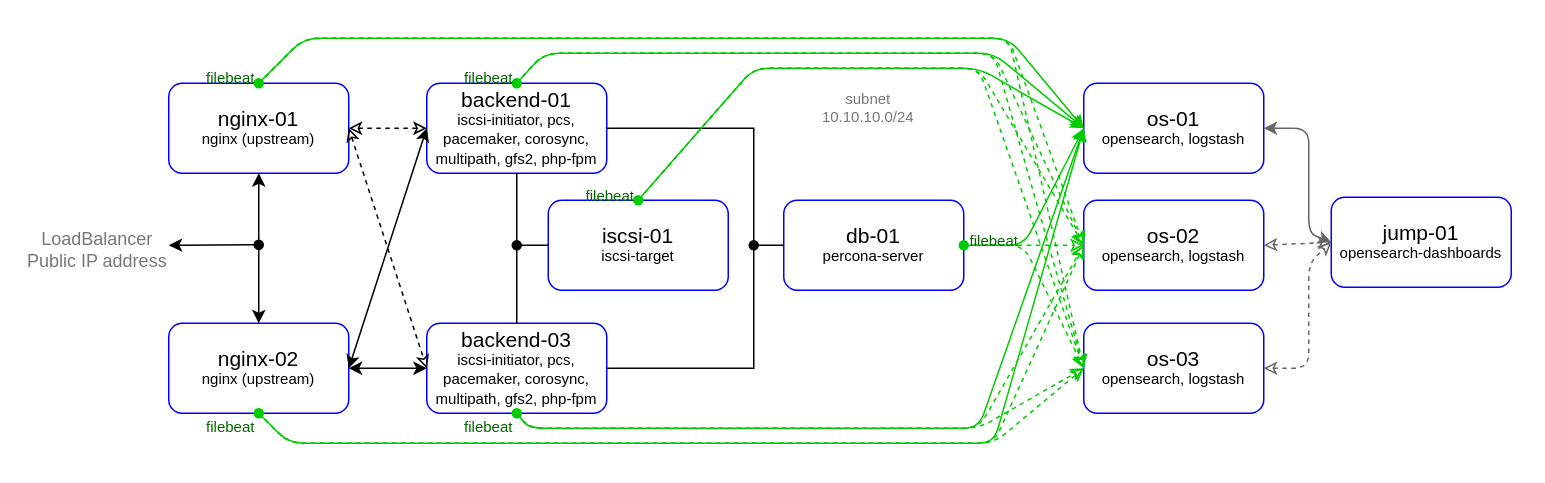
The draw.io diagram pics/infra.drawio in SergSha/lab-08, before the edit. Source tidied: cells renumbered, new cells numbered last; positions are measured from the earlier drawing's top-left corner, leaving out a move shared by most shapes. Both pictures are drawn from the tidied source at 150%, with x=0, y=0 at pixel (96, 38).
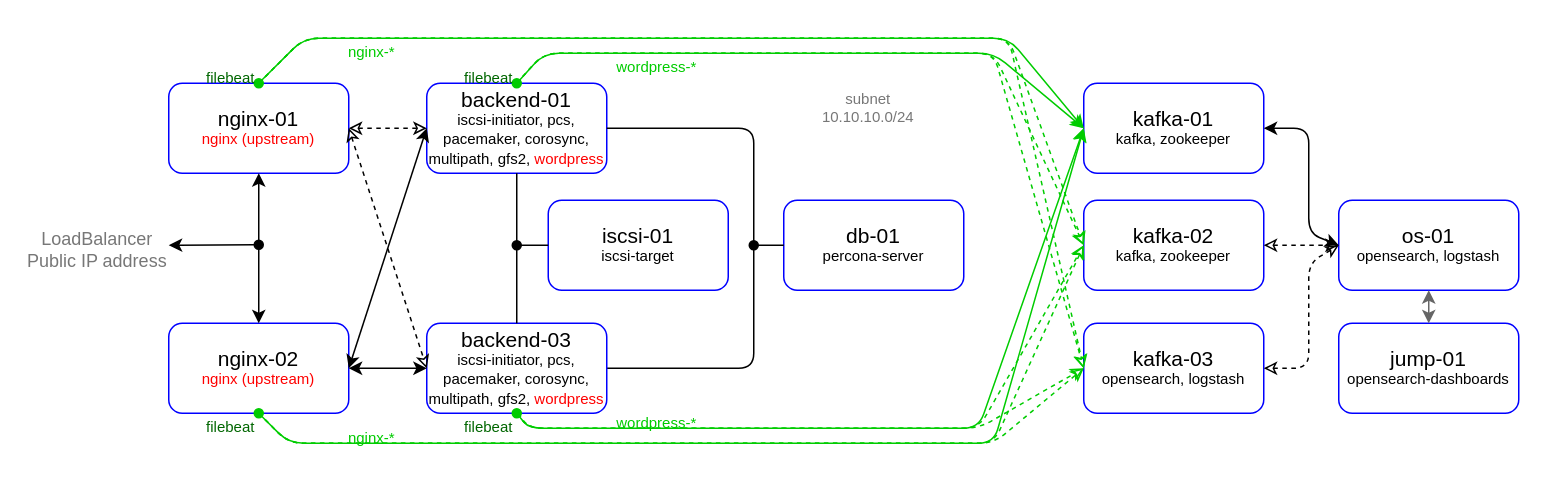
The same page after the edit.

The change refers to these unchanged cells:
```xml
<mxCell id="2" value="&lt;p style=&quot;line-height: 100%&quot;&gt;&lt;font&gt;&lt;span style=&quot;font-size: 14px&quot;&gt;db-01&lt;br&gt;&lt;/span&gt;&lt;/font&gt;&lt;span style=&quot;font-size: 10px&quot;&gt;percona-server&lt;/span&gt;&lt;br&gt;&lt;/p&gt;" style="rounded=1;whiteSpace=wrap;html=1;strokeColor=#0000FF;" parent="1" vertex="1">
  <mxGeometry x="458" y="108" width="120" height="60" as="geometry" />
</mxCell>
<mxCell id="17" value="&lt;p style=&quot;line-height: 100%&quot;&gt;&lt;span style=&quot;font-size: 14px&quot;&gt;iscsi-01&lt;/span&gt;&lt;br&gt;&lt;span style=&quot;font-size: 10px&quot;&gt;iscsi-target&lt;/span&gt;&lt;br&gt;&lt;/p&gt;" style="rounded=1;whiteSpace=wrap;html=1;strokeColor=#0000FF;" parent="1" vertex="1">
  <mxGeometry x="301" y="108" width="120" height="60" as="geometry" />
</mxCell>
```

What changed in the source:
```diff
@@
-    <mxCell id="3" value="&lt;p style=&quot;line-height: 100%&quot;&gt;&lt;span style=&quot;font-size: 14px&quot;&gt;backend-01&lt;/span&gt;&lt;br&gt;&lt;span style=&quot;font-size: 10px&quot;&gt;iscsi-initiator, pcs, pacemaker, corosync, multipath, gfs2, php-fpm&lt;/span&gt;&lt;br&gt;&lt;/p&gt;" style="rounded=1;whiteSpace=wrap;html=1;strokeColor=#0000FF;" parent="1" vertex="1">
+    <mxCell id="3" value="&lt;p style=&quot;line-height: 100%&quot;&gt;&lt;span style=&quot;font-size: 14px&quot;&gt;backend-01&lt;/span&gt;&lt;br&gt;&lt;span style=&quot;font-size: 10px&quot;&gt;iscsi-initiator, pcs, pacemaker, corosync, multipath, gfs2, &lt;font color=&quot;#ff0000&quot;&gt;wordpress&lt;/font&gt;&lt;/span&gt;&lt;br&gt;&lt;/p&gt;" style="rounded=1;whiteSpace=wrap;html=1;strokeColor=#0000FF;" parent="1" vertex="1">
       <mxGeometry x="220" y="30" width="120" height="60" as="geometry" />
     </mxCell>
-    <mxCell id="4" value="&lt;p style=&quot;line-height: 100%&quot;&gt;&lt;span style=&quot;font-size: 14px&quot;&gt;nginx-01&lt;/span&gt;&lt;br&gt;&lt;span style=&quot;font-size: 10px&quot;&gt;nginx (upstream)&lt;/span&gt;&lt;br&gt;&lt;/p&gt;" style="rounded=1;whiteSpace=wrap;html=1;strokeColor=#0000FF;" parent="1" vertex="1">
+    <mxCell id="4" value="&lt;p style=&quot;line-height: 100%&quot;&gt;&lt;span style=&quot;font-size: 14px&quot;&gt;nginx-01&lt;/span&gt;&lt;br&gt;&lt;span style=&quot;font-size: 10px&quot;&gt;&lt;font color=&quot;#ff0000&quot;&gt;nginx (upstream)&lt;/font&gt;&lt;/span&gt;&lt;br&gt;&lt;/p&gt;" style="rounded=1;whiteSpace=wrap;html=1;strokeColor=#0000FF;" parent="1" vertex="1">
       <mxGeometry x="48" y="30" width="120" height="60" as="geometry" />
     </mxCell>
@@
-    <mxCell id="6" style="endArrow=none;html=1;rounded=0;exitX=1;exitY=0.5;exitDx=0;exitDy=0;" parent="1" edge="1" source="8">
+    <mxCell id="6" style="endArrow=none;html=1;rounded=1;exitX=1;exitY=0.5;exitDx=0;exitDy=0;" parent="1" edge="1" source="8">
       <mxGeometry relative="1" as="geometry">
         <mxPoint x="438" y="140" as="targetPoint" />
         <Array as="points">
           <mxPoint x="438" y="220" />
         </Array>
       </mxGeometry>
     </mxCell>
-    <mxCell id="7" style="endArrow=none;html=1;rounded=0;entryX=1;entryY=0.5;entryDx=0;entryDy=0;" parent="1" edge="1" target="3">
+    <mxCell id="7" style="endArrow=none;html=1;rounded=1;entryX=1;entryY=0.5;entryDx=0;entryDy=0;" parent="1" edge="1" target="3">
       <mxGeometry relative="1" as="geometry">
         <mxPoint x="438" y="140" as="sourcePoint" />
         <Array as="points">
           <mxPoint x="438" y="60" />
         </Array>
       </mxGeometry>
     </mxCell>
-    <mxCell id="8" value="&lt;p style=&quot;line-height: 100%&quot;&gt;&lt;span style=&quot;font-size: 14px&quot;&gt;backend-03&lt;/span&gt;&lt;br&gt;&lt;span style=&quot;font-size: 10px&quot;&gt;iscsi-initiator, pcs, pacemaker, corosync, multipath, gfs2, php-fpm&lt;/span&gt;&lt;br&gt;&lt;/p&gt;" style="rounded=1;whiteSpace=wrap;html=1;strokeColor=#0000FF;" parent="1" vertex="1">
+    <mxCell id="8" value="&lt;p style=&quot;line-height: 100%&quot;&gt;&lt;span style=&quot;font-size: 14px&quot;&gt;backend-03&lt;/span&gt;&lt;br&gt;&lt;span style=&quot;font-size: 10px&quot;&gt;iscsi-initiator, pcs, pacemaker, corosync, multipath, gfs2, &lt;font color=&quot;#ff0000&quot;&gt;wordpress&lt;/font&gt;&lt;/span&gt;&lt;br&gt;&lt;/p&gt;" style="rounded=1;whiteSpace=wrap;html=1;strokeColor=#0000FF;" parent="1" vertex="1">
       <mxGeometry x="220" y="190" width="120" height="60" as="geometry" />
     </mxCell>
@@
-    <mxCell id="10" value="&lt;p style=&quot;line-height: 100%&quot;&gt;&lt;span style=&quot;font-size: 14px&quot;&gt;nginx-02&lt;/span&gt;&lt;br&gt;&lt;span style=&quot;font-size: 10px&quot;&gt;nginx (upstream)&lt;/span&gt;&lt;br&gt;&lt;/p&gt;" style="rounded=1;whiteSpace=wrap;html=1;strokeColor=#0000FF;" parent="1" vertex="1">
+    <mxCell id="10" value="&lt;p style=&quot;line-height: 100%&quot;&gt;&lt;span style=&quot;font-size: 14px&quot;&gt;nginx-02&lt;/span&gt;&lt;br&gt;&lt;span style=&quot;font-size: 10px&quot;&gt;&lt;font color=&quot;#ff0000&quot;&gt;nginx (upstream)&lt;/font&gt;&lt;/span&gt;&lt;br&gt;&lt;/p&gt;" style="rounded=1;whiteSpace=wrap;html=1;strokeColor=#0000FF;" parent="1" vertex="1">
       <mxGeometry x="48" y="190" width="120" height="60" as="geometry" />
     </mxCell>
@@
-    <mxCell id="21" value="&lt;p style=&quot;line-height: 100%&quot;&gt;&lt;font&gt;&lt;span style=&quot;font-size: 14px&quot;&gt;os-02&lt;br&gt;&lt;/span&gt;&lt;/font&gt;&lt;span style=&quot;font-size: 10px&quot;&gt;opensearch, logstash&lt;/span&gt;&lt;/p&gt;" style="rounded=1;whiteSpace=wrap;html=1;strokeColor=#0000FF;" parent="1" vertex="1">
+    <mxCell id="21" value="&lt;p style=&quot;line-height: 100%&quot;&gt;&lt;font&gt;&lt;span style=&quot;font-size: 14px&quot;&gt;kafka-02&lt;br&gt;&lt;/span&gt;&lt;/font&gt;&lt;span style=&quot;font-size: 10px&quot;&gt;kafka, zookeeper&lt;/span&gt;&lt;/p&gt;" style="rounded=1;whiteSpace=wrap;html=1;strokeColor=#0000FF;" parent="1" vertex="1">
       <mxGeometry x="658" y="108" width="120" height="60" as="geometry" />
     </mxCell>
-    <mxCell id="22" value="&lt;p style=&quot;line-height: 100%&quot;&gt;&lt;font&gt;&lt;span style=&quot;font-size: 14px&quot;&gt;os-01&lt;br&gt;&lt;/span&gt;&lt;/font&gt;&lt;span style=&quot;font-size: 10px&quot;&gt;opensearch, logstash&lt;/span&gt;&lt;/p&gt;" style="rounded=1;whiteSpace=wrap;html=1;strokeColor=#0000FF;" parent="1" vertex="1">
+    <mxCell id="22" value="&lt;p style=&quot;line-height: 100%&quot;&gt;&lt;font&gt;&lt;span style=&quot;font-size: 14px&quot;&gt;kafka-01&lt;br&gt;&lt;/span&gt;&lt;/font&gt;&lt;span style=&quot;font-size: 10px&quot;&gt;kafka, zookeeper&lt;/span&gt;&lt;/p&gt;" style="rounded=1;whiteSpace=wrap;html=1;strokeColor=#0000FF;" parent="1" vertex="1">
       <mxGeometry x="658" y="30" width="120" height="60" as="geometry" />
     </mxCell>
-    <mxCell id="23" value="&lt;p style=&quot;line-height: 100%&quot;&gt;&lt;font&gt;&lt;span style=&quot;font-size: 14px&quot;&gt;os-03&lt;br&gt;&lt;/span&gt;&lt;/font&gt;&lt;span style=&quot;font-size: 10px&quot;&gt;opensearch, logstash&lt;/span&gt;&lt;/p&gt;" style="rounded=1;whiteSpace=wrap;html=1;strokeColor=#0000FF;" parent="1" vertex="1">
+    <mxCell id="23" value="&lt;p style=&quot;line-height: 100%&quot;&gt;&lt;font&gt;&lt;span style=&quot;font-size: 14px&quot;&gt;kafka-03&lt;br&gt;&lt;/span&gt;&lt;/font&gt;&lt;span style=&quot;font-size: 10px&quot;&gt;opensearch, logstash&lt;/span&gt;&lt;/p&gt;" style="rounded=1;whiteSpace=wrap;html=1;strokeColor=#0000FF;" parent="1" vertex="1">
       <mxGeometry x="658" y="190" width="120" height="60" as="geometry" />
     </mxCell>
@@
-    <mxCell id="28" style="endArrow=classic;html=1;entryX=0;entryY=0.5;entryDx=0;entryDy=0;strokeColor=#00CC00;exitX=1;exitY=0.5;exitDx=0;exitDy=0;startArrow=oval;startFill=1;" parent="1" edge="1" source="2" target="22">
-      <mxGeometry relative="1" as="geometry">
-        <Array as="points">
-          <mxPoint x="618" y="138" />
-        </Array>
-      </mxGeometry>
-    </mxCell>
-    <mxCell id="29" style="endArrow=classic;html=1;exitX=0.5;exitY=0;exitDx=0;exitDy=0;strokeColor=#00CC00;entryX=0;entryY=0.5;entryDx=0;entryDy=0;startArrow=oval;startFill=1;" parent="1" edge="1" source="17" target="22">
-      <mxGeometry relative="1" as="geometry">
-        <Array as="points">
-          <mxPoint x="438" y="20" />
-          <mxPoint x="588" y="20" />
-        </Array>
-      </mxGeometry>
-    </mxCell>
@@
-    <mxCell id="34" style="endArrow=classic;html=1;exitX=0.5;exitY=0;exitDx=0;exitDy=0;strokeColor=#00CC00;dashed=1;endFill=0;entryX=0;entryY=0.5;entryDx=0;entryDy=0;" parent="1" edge="1" target="21">
-      <mxGeometry relative="1" as="geometry">
-        <mxPoint x="361" y="108" as="sourcePoint" />
-        <Array as="points">
-          <mxPoint x="438" y="20" />
-          <mxPoint x="588" y="20" />
-        </Array>
-      </mxGeometry>
-    </mxCell>
-    <mxCell id="35" style="endArrow=classic;html=1;exitX=0.5;exitY=0;exitDx=0;exitDy=0;strokeColor=#00CC00;dashed=1;endFill=0;entryX=0;entryY=0.5;entryDx=0;entryDy=0;" parent="1" edge="1" target="23">
-      <mxGeometry relative="1" as="geometry">
-        <mxPoint x="361" y="108" as="sourcePoint" />
-        <Array as="points">
-          <mxPoint x="438" y="20" />
-          <mxPoint x="588" y="20" />
-        </Array>
-      </mxGeometry>
-    </mxCell>
-    <mxCell id="36" style="endArrow=classic;html=1;strokeColor=#00CC00;exitX=1;exitY=0.5;exitDx=0;exitDy=0;dashed=1;endFill=0;entryX=0;entryY=0.5;entryDx=0;entryDy=0;" parent="1" edge="1" target="21">
-      <mxGeometry relative="1" as="geometry">
-        <mxPoint x="578" y="138" as="sourcePoint" />
-        <Array as="points">
-          <mxPoint x="618" y="138" />
-        </Array>
-      </mxGeometry>
-    </mxCell>
-    <mxCell id="37" style="endArrow=classic;html=1;strokeColor=#00CC00;exitX=1;exitY=0.5;exitDx=0;exitDy=0;dashed=1;endFill=0;entryX=0;entryY=0.5;entryDx=0;entryDy=0;" parent="1" edge="1" target="23">
-      <mxGeometry relative="1" as="geometry">
-        <mxPoint x="578" y="138" as="sourcePoint" />
-        <Array as="points">
-          <mxPoint x="618" y="138" />
-        </Array>
-      </mxGeometry>
-    </mxCell>
@@
-    <mxCell id="44" value="&lt;span style=&quot;font-size: 10px&quot;&gt;&lt;font color=&quot;#006600&quot;&gt;filebeat&lt;/font&gt;&lt;/span&gt;" style="edgeLabel;html=1;align=center;verticalAlign=middle;fontSize=8;fontColor=#777777;labelBackgroundColor=none;" parent="1" vertex="1">
-      <mxGeometry x="347" y="106" as="geometry">
-        <mxPoint x="-6" y="-2" as="offset" />
-      </mxGeometry>
-    </mxCell>
@@
-    <mxCell id="47" value="&lt;span style=&quot;font-size: 10px&quot;&gt;&lt;font color=&quot;#006600&quot;&gt;filebeat&lt;/font&gt;&lt;/span&gt;" style="edgeLabel;html=1;align=center;verticalAlign=middle;fontSize=8;fontColor=#777777;labelBackgroundColor=none;" parent="1" vertex="1">
-      <mxGeometry x="603" y="136" as="geometry">
-        <mxPoint x="-6" y="-2" as="offset" />
-      </mxGeometry>
-    </mxCell>
-    <mxCell id="48" value="&lt;p style=&quot;line-height: 100%&quot;&gt;&lt;font&gt;&lt;span style=&quot;font-size: 14px&quot;&gt;jump-01&lt;br&gt;&lt;/span&gt;&lt;/font&gt;&lt;span style=&quot;font-size: 10px&quot;&gt;opensearch-dashboards&lt;/span&gt;&lt;/p&gt;" style="rounded=1;whiteSpace=wrap;html=1;strokeColor=#0000FF;" parent="1" vertex="1">
-      <mxGeometry x="823" y="106" width="120" height="60" as="geometry" />
+    <mxCell id="48" value="&lt;p style=&quot;line-height: 100%&quot;&gt;&lt;font&gt;&lt;span style=&quot;font-size: 14px&quot;&gt;os-01&lt;br&gt;&lt;/span&gt;&lt;/font&gt;&lt;span style=&quot;font-size: 10px&quot;&gt;opensearch, logstash&lt;/span&gt;&lt;/p&gt;" style="rounded=1;whiteSpace=wrap;html=1;strokeColor=#0000FF;" parent="1" vertex="1">
+      <mxGeometry x="828" y="108" width="120" height="60" as="geometry" />
     </mxCell>
-    <mxCell id="49" style="endArrow=classic;startArrow=classic;html=1;exitX=1;exitY=0.5;exitDx=0;exitDy=0;entryX=0;entryY=0.5;entryDx=0;entryDy=0;strokeColor=#666666;" parent="1" edge="1" source="22" target="48">
+    <mxCell id="49" style="endArrow=classic;startArrow=classic;html=1;exitX=1;exitY=0.5;exitDx=0;exitDy=0;entryX=0;entryY=0.5;entryDx=0;entryDy=0;" parent="1" edge="1" source="22" target="48">
       <mxGeometry relative="1" as="geometry">
         <Array as="points">
           <mxPoint x="808" y="60" />
           <mxPoint x="808" y="130" />
         </Array>
       </mxGeometry>
     </mxCell>
-    <mxCell id="50" style="endArrow=classic;startArrow=classic;html=1;exitX=1;exitY=0.5;exitDx=0;exitDy=0;entryX=0;entryY=0.5;entryDx=0;entryDy=0;strokeColor=#666666;dashed=1;endFill=0;startFill=0;" parent="1" edge="1" source="21" target="48">
+    <mxCell id="50" style="endArrow=classic;startArrow=classic;html=1;exitX=1;exitY=0.5;exitDx=0;exitDy=0;entryX=0;entryY=0.5;entryDx=0;entryDy=0;dashed=1;endFill=0;startFill=0;" parent="1" edge="1" source="21" target="48">
       <mxGeometry relative="1" as="geometry" />
     </mxCell>
-    <mxCell id="51" style="endArrow=classic;startArrow=classic;html=1;exitX=1;exitY=0.5;exitDx=0;exitDy=0;entryX=0;entryY=0.5;entryDx=0;entryDy=0;strokeColor=#666666;dashed=1;endFill=0;startFill=0;" parent="1" edge="1" source="23" target="48">
+    <mxCell id="51" style="endArrow=classic;startArrow=classic;html=1;exitX=1;exitY=0.5;exitDx=0;exitDy=0;entryX=0;entryY=0.5;entryDx=0;entryDy=0;dashed=1;endFill=0;startFill=0;" parent="1" edge="1" source="23" target="48">
       <mxGeometry relative="1" as="geometry">
         <Array as="points">
           <mxPoint x="808" y="220" />
           <mxPoint x="808" y="150" />
         </Array>
       </mxGeometry>
     </mxCell>
+    <mxCell id="52" value="&lt;p style=&quot;line-height: 100%&quot;&gt;&lt;font&gt;&lt;span style=&quot;font-size: 14px&quot;&gt;jump-01&lt;br&gt;&lt;/span&gt;&lt;/font&gt;&lt;span style=&quot;font-size: 10px&quot;&gt;opensearch-dashboards&lt;/span&gt;&lt;/p&gt;" style="rounded=1;whiteSpace=wrap;html=1;strokeColor=#0000FF;" parent="1" vertex="1">
+      <mxGeometry x="828" y="190" width="120" height="60" as="geometry" />
+    </mxCell>
+    <mxCell id="53" style="endArrow=classic;startArrow=classic;html=1;entryX=0.5;entryY=0;entryDx=0;entryDy=0;strokeColor=#666666;exitX=0.5;exitY=1;exitDx=0;exitDy=0;" parent="1" edge="1" source="48" target="52">
+      <mxGeometry relative="1" as="geometry" />
+    </mxCell>
+    <mxCell id="54" value="&lt;span style=&quot;font-size: 10px&quot;&gt;&lt;font color=&quot;#00cc00&quot;&gt;nginx-*&lt;/font&gt;&lt;/span&gt;" style="edgeLabel;html=1;align=center;verticalAlign=middle;fontSize=8;fontColor=#777777;labelBackgroundColor=none;" parent="1" vertex="1">
+      <mxGeometry x="188" y="10" as="geometry">
+        <mxPoint x="-6" y="-2" as="offset" />
+      </mxGeometry>
+    </mxCell>
+    <mxCell id="55" value="&lt;span style=&quot;font-size: 10px&quot;&gt;&lt;font color=&quot;#00cc00&quot;&gt;nginx-*&lt;/font&gt;&lt;/span&gt;" style="edgeLabel;html=1;align=center;verticalAlign=middle;fontSize=8;fontColor=#777777;labelBackgroundColor=none;" parent="1" vertex="1">
+      <mxGeometry x="188" y="267" as="geometry">
+        <mxPoint x="-6" y="-2" as="offset" />
+      </mxGeometry>
+    </mxCell>
+    <mxCell id="56" value="&lt;span style=&quot;font-size: 10px&quot;&gt;&lt;font color=&quot;#00cc00&quot;&gt;wordpress-*&lt;/font&gt;&lt;/span&gt;" style="edgeLabel;html=1;align=center;verticalAlign=middle;fontSize=8;fontColor=#777777;labelBackgroundColor=none;" parent="1" vertex="1">
+      <mxGeometry x="378" y="257" as="geometry">
+        <mxPoint x="-6" y="-2" as="offset" />
+      </mxGeometry>
+    </mxCell>
+    <mxCell id="57" value="&lt;span style=&quot;font-size: 10px&quot;&gt;&lt;font color=&quot;#00cc00&quot;&gt;wordpress-*&lt;/font&gt;&lt;/span&gt;" style="edgeLabel;html=1;align=center;verticalAlign=middle;fontSize=8;fontColor=#777777;labelBackgroundColor=none;" parent="1" vertex="1">
+      <mxGeometry x="378" y="20" as="geometry">
+        <mxPoint x="-6" y="-2" as="offset" />
+      </mxGeometry>
+    </mxCell>
```
